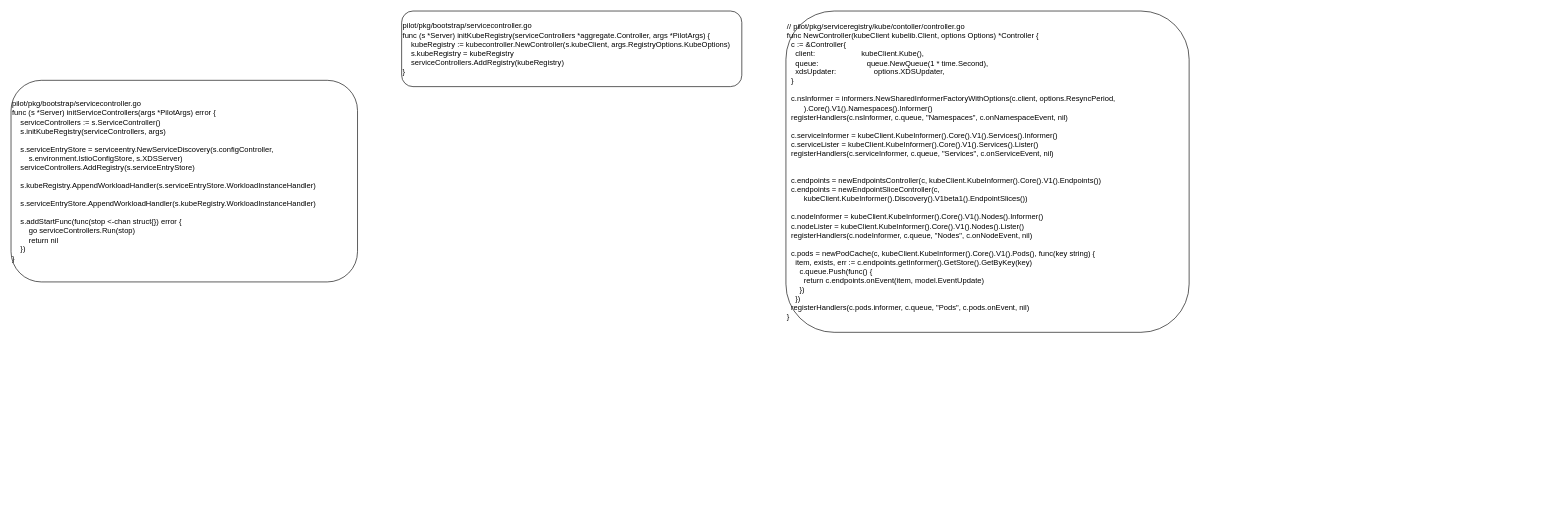
The draw.io diagram kubernetes/istio_pilot_service.drawio in bjqhfd/draw, before the edit. Source tidied: cells renumbered, new cells numbered last; positions are measured from the earlier drawing's top-left corner, leaving out a move shared by most shapes. Both pictures are drawn from the tidied source at 63%, with x=0, y=0 at pixel (11, 11).
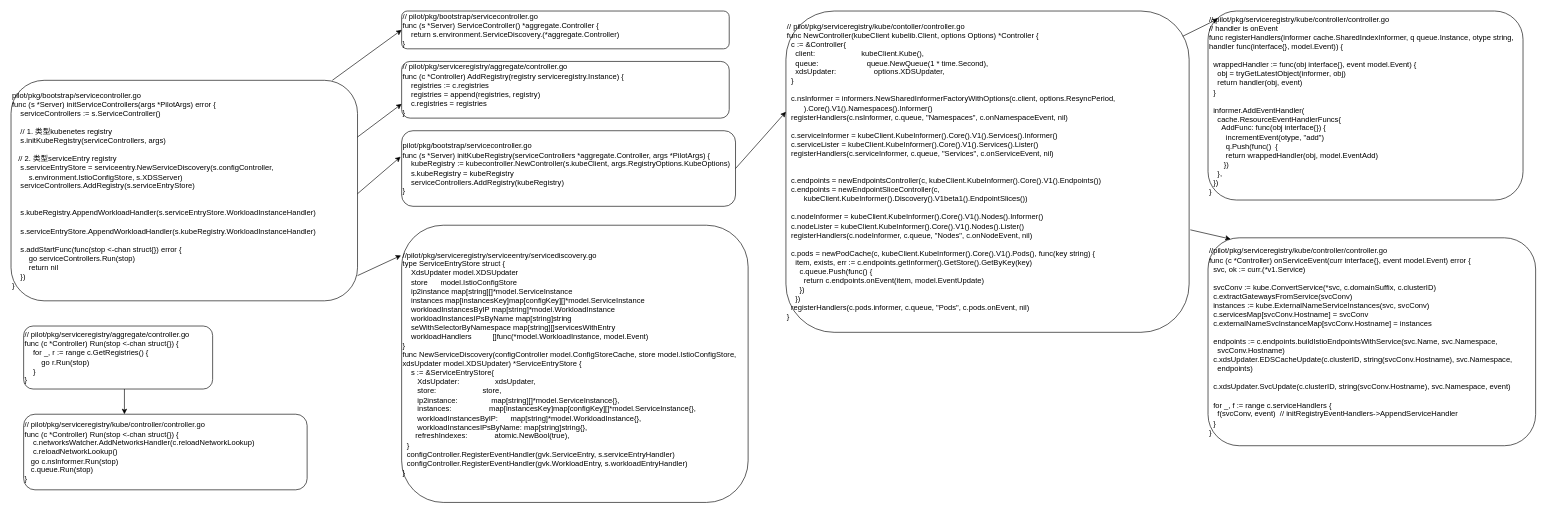
The same page after the edit.

The change refers to these unchanged cells:
```xml
<mxCell id="4" value="&lt;div&gt;// pilot/pkg/serviceregistry/kube/contoller/controller.go&lt;/div&gt;&lt;div&gt;func NewController(kubeClient kubelib.Client, options Options) *Controller {&lt;/div&gt;&lt;div&gt;&lt;span&gt;&lt;/span&gt;&amp;nbsp; c := &amp;amp;Controller{&lt;/div&gt;&lt;div&gt;&lt;span&gt;&lt;/span&gt;&amp;nbsp; &amp;nbsp; client:&amp;nbsp; &amp;nbsp; &amp;nbsp; &amp;nbsp; &amp;nbsp; &amp;nbsp; &amp;nbsp; &amp;nbsp; &amp;nbsp; &amp;nbsp; &amp;nbsp; kubeClient.Kube(),&lt;/div&gt;&lt;div&gt;&lt;span&gt;&lt;/span&gt;&amp;nbsp; &amp;nbsp; queue:&amp;nbsp; &amp;nbsp; &amp;nbsp; &amp;nbsp; &amp;nbsp; &amp;nbsp; &amp;nbsp; &amp;nbsp; &amp;nbsp; &amp;nbsp; &amp;nbsp; &amp;nbsp;queue.NewQueue(1 * time.Second),&lt;/div&gt;&lt;div&gt;&lt;span&gt;&lt;/span&gt;&amp;nbsp; &amp;nbsp; xdsUpdater:&amp;nbsp; &amp;nbsp; &amp;nbsp; &amp;nbsp; &amp;nbsp; &amp;nbsp; &amp;nbsp; &amp;nbsp; &amp;nbsp; options.XDSUpdater,&lt;/div&gt;&lt;div&gt;&lt;span&gt;&lt;/span&gt;&amp;nbsp; }&lt;/div&gt;&lt;div&gt;&lt;br&gt;&lt;/div&gt;&lt;div&gt;&lt;span&gt;&lt;/span&gt;&amp;nbsp; c.nsInformer = informers.NewSharedInformerFactoryWithOptions(c.client, options.ResyncPeriod,&lt;/div&gt;&lt;div&gt;&amp;nbsp; &amp;nbsp; &amp;nbsp; &amp;nbsp; ).Core().V1().Namespaces().Informer()&lt;/div&gt;&lt;div&gt;&lt;span&gt;&lt;/span&gt;&amp;nbsp; registerHandlers(c.nsInformer, c.queue, &quot;Namespaces&quot;, c.onNamespaceEvent, nil)&lt;/div&gt;&lt;div&gt;&lt;br&gt;&lt;/div&gt;&lt;div&gt;&lt;span&gt;&lt;/span&gt;&amp;nbsp; c.serviceInformer = kubeClient.KubeInformer().Core().V1().Services().Informer()&lt;/div&gt;&lt;div&gt;&lt;span&gt;&lt;/span&gt;&amp;nbsp; c.serviceLister = kubeClient.KubeInformer().Core().V1().Services().Lister()&lt;/div&gt;&lt;div&gt;&lt;span&gt;&lt;/span&gt;&amp;nbsp; registerHandlers(c.serviceInformer, c.queue, &quot;Services&quot;, c.onServiceEvent, nil)&lt;/div&gt;&lt;div&gt;&lt;br&gt;&lt;/div&gt;&lt;div&gt;&lt;br&gt;&lt;/div&gt;&lt;div&gt;&lt;span&gt;&lt;/span&gt;&amp;nbsp; c.endpoints = newEndpointsController(c, kubeClient.KubeInformer().Core().V1().Endpoints())&lt;/div&gt;&lt;div&gt;&lt;span&gt;&lt;/span&gt;&amp;nbsp; c.endpoints = newEndpointSliceController(c,&amp;nbsp;&lt;/div&gt;&lt;div&gt;&amp;nbsp; &amp;nbsp; &amp;nbsp; &amp;nbsp; kubeClient.KubeInformer().Discovery().V1beta1().EndpointSlices())&lt;/div&gt;&lt;div&gt;&lt;br&gt;&lt;/div&gt;&lt;div&gt;&lt;span&gt;&lt;/span&gt;&amp;nbsp; c.nodeInformer = kubeClient.KubeInformer().Core().V1().Nodes().Informer()&lt;/div&gt;&lt;div&gt;&lt;span&gt;&lt;/span&gt;&amp;nbsp; c.nodeLister = kubeClient.KubeInformer().Core().V1().Nodes().Lister()&lt;/div&gt;&lt;div&gt;&lt;span&gt;&lt;/span&gt;&amp;nbsp; registerHandlers(c.nodeInformer, c.queue, &quot;Nodes&quot;, c.onNodeEvent, nil)&lt;/div&gt;&lt;div&gt;&lt;br&gt;&lt;/div&gt;&lt;div&gt;&lt;span&gt;&lt;/span&gt;&amp;nbsp; c.pods = newPodCache(c, kubeClient.KubeInformer().Core().V1().Pods(), func(key string) {&lt;/div&gt;&lt;div&gt;&lt;span&gt;&lt;/span&gt;&amp;nbsp; &amp;nbsp; item, exists, err := c.endpoints.getInformer().GetStore().GetByKey(key)&lt;/div&gt;&lt;div&gt;&lt;span&gt;&lt;/span&gt;&amp;nbsp; &amp;nbsp; &amp;nbsp; c.queue.Push(func() {&lt;/div&gt;&lt;div&gt;&lt;span&gt;&lt;/span&gt;&amp;nbsp; &amp;nbsp; &amp;nbsp; &amp;nbsp; return c.endpoints.onEvent(item, model.EventUpdate)&lt;/div&gt;&lt;div&gt;&lt;span&gt;&lt;/span&gt;&amp;nbsp; &amp;nbsp; &amp;nbsp; })&lt;/div&gt;&lt;div&gt;&lt;span&gt;&lt;/span&gt;&amp;nbsp; &amp;nbsp; })&lt;/div&gt;&lt;div&gt;&lt;span&gt;&lt;/span&gt;&amp;nbsp; registerHandlers(c.pods.informer, c.queue, &quot;Pods&quot;, c.pods.onEvent, nil)&lt;/div&gt;&lt;div&gt;}&lt;/div&gt;" style="rounded=1;whiteSpace=wrap;html=1;align=left;" parent="1" vertex="1">
  <mxGeometry x="1230" width="640" height="510" as="geometry" />
</mxCell>
```

Diff of the diagram source:
```diff
@@
-    <mxCell id="2" value="&lt;div&gt;pilot/pkg/bootstrap/servicecontroller.go&lt;/div&gt;&lt;div&gt;func (s *Server) initServiceControllers(args *PilotArgs) error {&lt;/div&gt;&lt;div&gt;&lt;span&gt;&lt;/span&gt;&amp;nbsp; &amp;nbsp; serviceControllers := s.ServiceController()&lt;/div&gt;&lt;div&gt;&amp;nbsp; &amp;nbsp; s.initKubeRegistry(serviceControllers, args)&lt;/div&gt;&lt;div&gt;&lt;br&gt;&lt;/div&gt;&lt;div&gt;&lt;span&gt;&lt;/span&gt;&amp;nbsp; &amp;nbsp; s.serviceEntryStore = serviceentry.NewServiceDiscovery(s.configController,&amp;nbsp;&lt;/div&gt;&lt;div&gt;&lt;span&gt;&lt;/span&gt;&amp;nbsp; &amp;nbsp; &amp;nbsp; &amp;nbsp; s.environment.IstioConfigStore, s.XDSServer)&lt;/div&gt;&lt;div&gt;&lt;span&gt;&lt;/span&gt;&amp;nbsp; &amp;nbsp; serviceControllers.AddRegistry(s.serviceEntryStore)&lt;/div&gt;&lt;div&gt;&lt;br&gt;&lt;/div&gt;&lt;div&gt;&lt;span&gt;&lt;/span&gt;&amp;nbsp; &amp;nbsp; s.kubeRegistry.AppendWorkloadHandler(s.serviceEntryStore.WorkloadInstanceHandler)&lt;/div&gt;&lt;div&gt;&lt;br&gt;&lt;/div&gt;&lt;div&gt;&amp;nbsp; &amp;nbsp; s.serviceEntryStore.AppendWorkloadHandler(s.kubeRegistry.WorkloadInstanceHandler)&lt;/div&gt;&lt;div&gt;&lt;br&gt;&lt;/div&gt;&lt;div&gt;&lt;span&gt;&lt;/span&gt;&amp;nbsp; &amp;nbsp; s.addStartFunc(func(stop &amp;lt;-chan struct{}) error {&lt;/div&gt;&lt;div&gt;&lt;span&gt;&lt;/span&gt;&amp;nbsp; &amp;nbsp; &amp;nbsp; &amp;nbsp; go serviceControllers.Run(stop)&lt;/div&gt;&lt;div&gt;&lt;span&gt;&lt;/span&gt;&amp;nbsp; &amp;nbsp; &amp;nbsp; &amp;nbsp; return nil&lt;/div&gt;&lt;div&gt;&lt;span&gt;&lt;/span&gt;&amp;nbsp; &amp;nbsp; })&lt;/div&gt;&lt;div&gt;}&lt;/div&gt;" style="rounded=1;whiteSpace=wrap;html=1;align=left;" parent="1" vertex="1">
-      <mxGeometry y="110" width="550" height="320" as="geometry" />
+    <mxCell id="2" value="&lt;div&gt;pilot/pkg/bootstrap/servicecontroller.go&lt;/div&gt;&lt;div&gt;func (s *Server) initServiceControllers(args *PilotArgs) error {&lt;/div&gt;&lt;div&gt;&lt;span&gt;&lt;/span&gt;&amp;nbsp; &amp;nbsp; serviceControllers := s.ServiceController()&lt;/div&gt;&lt;div&gt;&lt;br&gt;&lt;/div&gt;&lt;div&gt;&amp;nbsp; &amp;nbsp; // 1. 类型kubenetes registry&lt;/div&gt;&lt;div&gt;&amp;nbsp; &amp;nbsp; s.initKubeRegistry(serviceControllers, args)&lt;/div&gt;&lt;div&gt;&amp;nbsp; &amp;nbsp;&amp;nbsp;&lt;/div&gt;&lt;div&gt;&amp;nbsp; &amp;nbsp;// 2. 类型serviceEntry registry&lt;/div&gt;&lt;div&gt;&lt;span&gt;&lt;/span&gt;&amp;nbsp; &amp;nbsp; s.serviceEntryStore = serviceentry.NewServiceDiscovery(s.configController,&amp;nbsp;&lt;/div&gt;&lt;div&gt;&lt;span&gt;&lt;/span&gt;&amp;nbsp; &amp;nbsp; &amp;nbsp; &amp;nbsp; s.environment.IstioConfigStore, s.XDSServer)&lt;/div&gt;&lt;div&gt;&lt;span&gt;&lt;/span&gt;&amp;nbsp; &amp;nbsp; serviceControllers.AddRegistry(s.serviceEntryStore)&lt;/div&gt;&lt;div&gt;&lt;br&gt;&lt;/div&gt;&lt;div&gt;&amp;nbsp; &amp;nbsp;&amp;nbsp;&lt;/div&gt;&lt;div&gt;&lt;span&gt;&lt;/span&gt;&amp;nbsp; &amp;nbsp; s.kubeRegistry.AppendWorkloadHandler(s.serviceEntryStore.WorkloadInstanceHandler)&lt;/div&gt;&lt;div&gt;&lt;br&gt;&lt;/div&gt;&lt;div&gt;&amp;nbsp; &amp;nbsp; s.serviceEntryStore.AppendWorkloadHandler(s.kubeRegistry.WorkloadInstanceHandler)&lt;/div&gt;&lt;div&gt;&lt;br&gt;&lt;/div&gt;&lt;div&gt;&lt;span&gt;&lt;/span&gt;&amp;nbsp; &amp;nbsp; s.addStartFunc(func(stop &amp;lt;-chan struct{}) error {&lt;/div&gt;&lt;div&gt;&lt;span&gt;&lt;/span&gt;&amp;nbsp; &amp;nbsp; &amp;nbsp; &amp;nbsp; go serviceControllers.Run(stop)&lt;/div&gt;&lt;div&gt;&lt;span&gt;&lt;/span&gt;&amp;nbsp; &amp;nbsp; &amp;nbsp; &amp;nbsp; return nil&lt;/div&gt;&lt;div&gt;&lt;span&gt;&lt;/span&gt;&amp;nbsp; &amp;nbsp; })&lt;/div&gt;&lt;div&gt;}&lt;/div&gt;" style="rounded=1;whiteSpace=wrap;html=1;align=left;" parent="1" vertex="1">
+      <mxGeometry y="110" width="550" height="350" as="geometry" />
     </mxCell>
     <mxCell id="3" value="&lt;div&gt;pilot/pkg/bootstrap/servicecontroller.go&lt;/div&gt;&lt;div&gt;func (s *Server) initKubeRegistry(serviceControllers *aggregate.Controller, args *PilotArgs) {&lt;/div&gt;&lt;div&gt;&lt;span&gt;&lt;/span&gt;&amp;nbsp; &amp;nbsp; kubeRegistry := kubecontroller.NewController(s.kubeClient, args.RegistryOptions.KubeOptions)&lt;/div&gt;&lt;div&gt;&lt;span&gt;&lt;/span&gt;&amp;nbsp; &amp;nbsp; s.kubeRegistry = kubeRegistry&lt;/div&gt;&lt;div&gt;&lt;span&gt;&lt;/span&gt;&amp;nbsp; &amp;nbsp; serviceControllers.AddRegistry(kubeRegistry)&lt;/div&gt;&lt;div&gt;}&lt;/div&gt;" style="rounded=1;whiteSpace=wrap;html=1;align=left;" parent="1" vertex="1">
-      <mxGeometry x="620" width="540" height="120" as="geometry" />
+      <mxGeometry x="620" y="190" width="530" height="120" as="geometry" />
     </mxCell>
@@
+    <mxCell id="5" value="&lt;div&gt;// pilot/pkg/serviceregistry/kube/controller/controller.go&lt;/div&gt;&lt;div&gt;// handler is onEvent&lt;/div&gt;&lt;div&gt;func registerHandlers(informer cache.SharedIndexInformer, q queue.Instance, otype string,&lt;/div&gt;&lt;div&gt;&lt;span&gt; &lt;/span&gt;handler func(interface{}, model.Event)) {&lt;/div&gt;&lt;div&gt;&lt;br&gt;&lt;/div&gt;&lt;div&gt;&lt;span&gt;&lt;/span&gt;&amp;nbsp; wrappedHandler := func(obj interface{}, event model.Event) {&lt;/div&gt;&lt;div&gt;&lt;span&gt;&lt;/span&gt;&amp;nbsp; &amp;nbsp; obj = tryGetLatestObject(informer, obj)&lt;/div&gt;&lt;div&gt;&lt;span&gt;&lt;/span&gt;&amp;nbsp; &amp;nbsp; return handler(obj, event)&lt;/div&gt;&lt;div&gt;&lt;span&gt;&lt;/span&gt;&amp;nbsp; }&lt;/div&gt;&lt;div&gt;&lt;br&gt;&lt;/div&gt;&lt;div&gt;&lt;span&gt;&lt;/span&gt;&amp;nbsp; informer.AddEventHandler(&lt;/div&gt;&lt;div&gt;&lt;span&gt;&lt;/span&gt;&amp;nbsp; &amp;nbsp; cache.ResourceEventHandlerFuncs{&lt;/div&gt;&lt;div&gt;&lt;span&gt;&lt;/span&gt;&amp;nbsp; &amp;nbsp; &amp;nbsp; AddFunc: func(obj interface{}) {&lt;/div&gt;&lt;div&gt;&lt;span&gt;&lt;/span&gt;&amp;nbsp; &amp;nbsp; &amp;nbsp; &amp;nbsp; incrementEvent(otype, &quot;add&quot;)&lt;/div&gt;&lt;div&gt;&lt;span&gt;&lt;/span&gt;&amp;nbsp; &amp;nbsp; &amp;nbsp; &amp;nbsp; q.Push(func()&amp;nbsp; {&lt;/div&gt;&lt;div&gt;&lt;span&gt;&lt;/span&gt;&amp;nbsp; &amp;nbsp; &amp;nbsp; &amp;nbsp; return wrappedHandler(obj, model.EventAdd)&lt;/div&gt;&lt;div&gt;&lt;span&gt;&lt;/span&gt;&amp;nbsp; &amp;nbsp; &amp;nbsp; &amp;nbsp;})&lt;/div&gt;&lt;div&gt;&lt;span&gt;&lt;/span&gt;&amp;nbsp; &amp;nbsp; },&lt;/div&gt;&lt;div&gt;&lt;span&gt;&lt;/span&gt;&amp;nbsp; })&lt;/div&gt;&lt;div&gt;}&lt;/div&gt;" style="rounded=1;whiteSpace=wrap;html=1;align=left;" parent="1" vertex="1">
+      <mxGeometry x="1900" width="500" height="300" as="geometry" />
+    </mxCell>
+    <mxCell id="6" value="&lt;div&gt;//pilot/pkg/serviceregistry/kube/controller/controller.go&lt;/div&gt;&lt;div&gt;func (c *Controller) onServiceEvent(curr interface{}, event model.Event) error {&lt;/div&gt;&lt;div&gt;&lt;span&gt;&lt;/span&gt;&amp;nbsp; svc, ok := curr.(*v1.Service)&lt;/div&gt;&lt;div&gt;&lt;br&gt;&lt;/div&gt;&lt;div&gt;&lt;span&gt;&lt;/span&gt;&amp;nbsp; svcConv := kube.ConvertService(*svc, c.domainSuffix, c.clusterID)&lt;/div&gt;&lt;div&gt;&lt;span&gt;&lt;/span&gt;&amp;nbsp; c.extractGatewaysFromService(svcConv)&lt;/div&gt;&lt;div&gt;&lt;span&gt;&lt;/span&gt;&amp;nbsp; instances := kube.ExternalNameServiceInstances(svc, svcConv)&lt;/div&gt;&lt;div&gt;&lt;span&gt;&lt;/span&gt;&amp;nbsp; c.servicesMap[svcConv.Hostname] = svcConv&lt;/div&gt;&lt;div&gt;&lt;span&gt;&lt;/span&gt;&amp;nbsp; c.externalNameSvcInstanceMap[svcConv.Hostname] = instances&lt;/div&gt;&lt;div&gt;&lt;br&gt;&lt;/div&gt;&lt;div&gt;&lt;span&gt;&lt;/span&gt;&amp;nbsp; endpoints := c.endpoints.buildIstioEndpointsWithService(svc.Name, svc.Namespace,&amp;nbsp; &amp;nbsp; &amp;nbsp;&lt;/div&gt;&lt;div&gt;&amp;nbsp; &amp;nbsp; svcConv.Hostname)&lt;/div&gt;&lt;div&gt;&lt;span&gt;&lt;/span&gt;&amp;nbsp; c.xdsUpdater.EDSCacheUpdate(c.clusterID, string(svcConv.Hostname), svc.Namespace,&amp;nbsp; &amp;nbsp;&amp;nbsp;&lt;/div&gt;&lt;div&gt;&amp;nbsp; &amp;nbsp; endpoints)&lt;/div&gt;&lt;div&gt;&lt;br&gt;&lt;/div&gt;&lt;div&gt;&lt;span&gt;&lt;/span&gt;&amp;nbsp; c.xdsUpdater.SvcUpdate(c.clusterID, string(svcConv.Hostname), svc.Namespace, event)&lt;/div&gt;&lt;div&gt;&lt;br&gt;&lt;/div&gt;&lt;div&gt;&lt;span&gt;&lt;/span&gt;&amp;nbsp; for _, f := range c.serviceHandlers {&lt;/div&gt;&lt;div&gt;&lt;span&gt;&lt;/span&gt;&amp;nbsp; &amp;nbsp; f(svcConv, event)&amp;nbsp; // initRegistryEventHandlers-&amp;gt;AppendServiceHandler&lt;/div&gt;&lt;div&gt;&lt;span&gt;&lt;/span&gt;&amp;nbsp; }&lt;/div&gt;&lt;div&gt;}&lt;/div&gt;" style="rounded=1;whiteSpace=wrap;html=1;align=left;" parent="1" vertex="1">
+      <mxGeometry x="1900" y="360" width="520" height="330" as="geometry" />
+    </mxCell>
+    <mxCell id="7" value="&lt;div&gt;// pilot/pkg/bootstrap/servicecontroller.go&lt;/div&gt;&lt;div&gt;func (s *Server) ServiceController() *aggregate.Controller {&lt;/div&gt;&lt;div&gt;&lt;span&gt;&lt;/span&gt;&amp;nbsp; &amp;nbsp; return s.environment.ServiceDiscovery.(*aggregate.Controller)&lt;/div&gt;&lt;div&gt;}&lt;/div&gt;" style="rounded=1;whiteSpace=wrap;html=1;align=left;" parent="1" vertex="1">
+      <mxGeometry x="620" width="520" height="60" as="geometry" />
+    </mxCell>
+    <mxCell id="8" value="&lt;div&gt;//pilot/pkg/serviceregistry/serviceentry/servicediscovery.go&lt;/div&gt;&lt;div&gt;type ServiceEntryStore struct {&lt;/div&gt;&lt;div&gt;&lt;span&gt;&lt;/span&gt;&amp;nbsp; &amp;nbsp; XdsUpdater model.XDSUpdater&lt;/div&gt;&lt;div&gt;&lt;span&gt;&lt;/span&gt;&amp;nbsp; &amp;nbsp; store&amp;nbsp; &amp;nbsp; &amp;nbsp; model.IstioConfigStore&lt;/div&gt;&lt;div&gt;&lt;span&gt;&lt;/span&gt;&amp;nbsp; &amp;nbsp; ip2instance map[string][]*model.ServiceInstance&lt;/div&gt;&lt;div&gt;&lt;span&gt;&lt;/span&gt;&amp;nbsp; &amp;nbsp; instances map[instancesKey]map[configKey][]*model.ServiceInstance&lt;/div&gt;&lt;div&gt;&lt;span&gt;&lt;/span&gt;&amp;nbsp; &amp;nbsp; workloadInstancesByIP map[string]*model.WorkloadInstance&lt;/div&gt;&lt;div&gt;&lt;span&gt;&lt;/span&gt;&amp;nbsp; &amp;nbsp; workloadInstancesIPsByName map[string]string&lt;/div&gt;&lt;div&gt;&lt;span&gt;&lt;/span&gt;&amp;nbsp; &amp;nbsp; seWithSelectorByNamespace map[string][]servicesWithEntry&lt;/div&gt;&lt;div&gt;&lt;span&gt;&lt;/span&gt;&amp;nbsp; &amp;nbsp; workloadHandlers&amp;nbsp; &amp;nbsp; &amp;nbsp; &amp;nbsp; &amp;nbsp; []func(*model.WorkloadInstance, model.Event)&lt;/div&gt;&lt;div&gt;}&lt;/div&gt;&lt;div&gt;func NewServiceDiscovery(configController model.ConfigStoreCache, store model.IstioConfigStore,&amp;nbsp;&lt;/div&gt;&lt;div&gt;xdsUpdater model.XDSUpdater) *ServiceEntryStore {&lt;/div&gt;&lt;div&gt;&lt;span&gt;&lt;/span&gt;&amp;nbsp; &amp;nbsp; s := &amp;amp;ServiceEntryStore{&lt;/div&gt;&lt;div&gt;&lt;span&gt;&lt;/span&gt;&amp;nbsp; &amp;nbsp; &amp;nbsp; &amp;nbsp;XdsUpdater:&amp;nbsp; &amp;nbsp; &amp;nbsp; &amp;nbsp; &amp;nbsp; &amp;nbsp; &amp;nbsp; &amp;nbsp; &amp;nbsp;xdsUpdater,&lt;/div&gt;&lt;div&gt;&lt;span&gt;&lt;/span&gt;&amp;nbsp; &amp;nbsp; &amp;nbsp; &amp;nbsp;store:&amp;nbsp; &amp;nbsp; &amp;nbsp; &amp;nbsp; &amp;nbsp; &amp;nbsp; &amp;nbsp; &amp;nbsp; &amp;nbsp; &amp;nbsp; &amp;nbsp; store,&lt;/div&gt;&lt;div&gt;&lt;span&gt;&lt;/span&gt;&amp;nbsp; &amp;nbsp; &amp;nbsp; &amp;nbsp;ip2instance:&amp;nbsp; &amp;nbsp; &amp;nbsp; &amp;nbsp; &amp;nbsp; &amp;nbsp; &amp;nbsp; &amp;nbsp; map[string][]*model.ServiceInstance{},&lt;/div&gt;&lt;div&gt;&lt;span&gt;&lt;/span&gt;&amp;nbsp; &amp;nbsp; &amp;nbsp; &amp;nbsp;instances:&amp;nbsp; &amp;nbsp; &amp;nbsp; &amp;nbsp; &amp;nbsp; &amp;nbsp; &amp;nbsp; &amp;nbsp; &amp;nbsp; map[instancesKey]map[configKey][]*model.ServiceInstance{},&lt;/div&gt;&lt;div&gt;&lt;span&gt;&lt;/span&gt;&amp;nbsp; &amp;nbsp; &amp;nbsp; &amp;nbsp;workloadInstancesByIP:&amp;nbsp; &amp;nbsp; &amp;nbsp; map[string]*model.WorkloadInstance{},&lt;/div&gt;&lt;div&gt;&lt;span&gt;&lt;/span&gt;&amp;nbsp; &amp;nbsp; &amp;nbsp; &amp;nbsp;workloadInstancesIPsByName: map[string]string{},&lt;/div&gt;&lt;div&gt;&lt;span&gt;&lt;/span&gt;&amp;nbsp; &amp;nbsp; &amp;nbsp; refreshIndexes:&amp;nbsp; &amp;nbsp; &amp;nbsp; &amp;nbsp; &amp;nbsp; &amp;nbsp; &amp;nbsp;atomic.NewBool(true),&lt;/div&gt;&lt;div&gt;&lt;span&gt;&lt;/span&gt;&amp;nbsp; }&lt;/div&gt;&lt;div&gt;&lt;span&gt;&lt;/span&gt;&amp;nbsp; configController.RegisterEventHandler(gvk.ServiceEntry, s.serviceEntryHandler)&lt;/div&gt;&lt;div&gt;&lt;span&gt;&lt;/span&gt;&amp;nbsp; configController.RegisterEventHandler(gvk.WorkloadEntry, s.workloadEntryHandler)&lt;/div&gt;&lt;div&gt;}&lt;/div&gt;" style="rounded=1;whiteSpace=wrap;html=1;align=left;" parent="1" vertex="1">
+      <mxGeometry x="620" y="340" width="550" height="440" as="geometry" />
+    </mxCell>
+    <mxCell id="9" value="&lt;div&gt;// pilot/pkg/serviceregistry/aggregate/controller.go&lt;/div&gt;&lt;div&gt;func (c *Controller) AddRegistry(registry serviceregistry.Instance) {&lt;/div&gt;&lt;div&gt;&lt;span&gt;&lt;/span&gt;&amp;nbsp; &amp;nbsp; registries := c.registries&lt;/div&gt;&lt;div&gt;&lt;span&gt;&lt;/span&gt;&amp;nbsp; &amp;nbsp; registries = append(registries, registry)&lt;/div&gt;&lt;div&gt;&lt;span&gt;&lt;/span&gt;&amp;nbsp; &amp;nbsp; c.registries = registries&lt;/div&gt;&lt;div&gt;}&lt;/div&gt;" style="rounded=1;whiteSpace=wrap;html=1;align=left;" parent="1" vertex="1">
+      <mxGeometry x="620" y="80" width="520" height="90" as="geometry" />
+    </mxCell>
+    <mxCell id="10" style="endArrow=classic;html=1;entryX=0;entryY=0.5;entryDx=0;entryDy=0;" parent="1" edge="1" target="7">
+      <mxGeometry relative="1" as="geometry">
+        <mxPoint x="510" y="110" as="sourcePoint" />
+      </mxGeometry>
+    </mxCell>
+    <mxCell id="11" style="endArrow=classic;html=1;entryX=0;entryY=0.75;entryDx=0;entryDy=0;" parent="1" edge="1" target="9">
+      <mxGeometry relative="1" as="geometry">
+        <mxPoint x="550" y="200" as="sourcePoint" />
+      </mxGeometry>
+    </mxCell>
+    <mxCell id="12" style="endArrow=classic;html=1;entryX=-0.003;entryY=0.344;entryDx=0;entryDy=0;entryPerimeter=0;" parent="1" edge="1" target="3">
+      <mxGeometry relative="1" as="geometry">
+        <mxPoint x="550" y="290" as="sourcePoint" />
+      </mxGeometry>
+    </mxCell>
+    <mxCell id="13" style="endArrow=classic;html=1;" parent="1" edge="1">
+      <mxGeometry relative="1" as="geometry">
+        <mxPoint x="550" y="420" as="sourcePoint" />
+        <mxPoint x="619" y="388" as="targetPoint" />
+      </mxGeometry>
+    </mxCell>
+    <mxCell id="14" style="endArrow=classic;html=1;" parent="1" edge="1">
+      <mxGeometry relative="1" as="geometry">
+        <mxPoint x="1150" y="250" as="sourcePoint" />
+        <mxPoint x="1230" y="160" as="targetPoint" />
+      </mxGeometry>
+    </mxCell>
+    <mxCell id="15" style="endArrow=classic;html=1;entryX=0.031;entryY=0.042;entryDx=0;entryDy=0;entryPerimeter=0;" parent="1" edge="1" target="5">
+      <mxGeometry relative="1" as="geometry">
+        <mxPoint x="1860" y="40" as="sourcePoint" />
+      </mxGeometry>
+    </mxCell>
+    <mxCell id="16" style="endArrow=classic;html=1;entryX=0.069;entryY=0.006;entryDx=0;entryDy=0;entryPerimeter=0;exitX=1.003;exitY=0.681;exitDx=0;exitDy=0;exitPerimeter=0;" parent="1" edge="1" source="4" target="6">
+      <mxGeometry relative="1" as="geometry" />
+    </mxCell>
+    <mxCell id="17" value="&lt;div&gt;// pilot/pkg/serviceregistry/aggregate/controller.go&lt;/div&gt;&lt;div&gt;func (c *Controller) Run(stop &amp;lt;-chan struct{}) {&lt;/div&gt;&lt;div&gt;&lt;span&gt;&lt;/span&gt;&amp;nbsp; &amp;nbsp; for _, r := range c.GetRegistries() {&lt;/div&gt;&lt;div&gt;&lt;span&gt;&lt;/span&gt;&amp;nbsp; &amp;nbsp; &amp;nbsp; &amp;nbsp; go r.Run(stop)&lt;/div&gt;&lt;div&gt;&lt;span&gt;&lt;/span&gt;&amp;nbsp; &amp;nbsp; }&lt;/div&gt;&lt;div&gt;}&lt;/div&gt;" style="rounded=1;whiteSpace=wrap;html=1;align=left;" parent="1" vertex="1">
+      <mxGeometry x="20" y="500" width="300" height="100" as="geometry" />
+    </mxCell>
+    <mxCell id="18" value="&lt;div&gt;// pilot/pkg/serviceregistry/kube/controller/controller.go&lt;/div&gt;&lt;div&gt;func (c *Controller) Run(stop &amp;lt;-chan struct{}) {&lt;/div&gt;&lt;div&gt;&lt;span&gt;&lt;/span&gt;&amp;nbsp; &amp;nbsp; c.networksWatcher.AddNetworksHandler(c.reloadNetworkLookup)&lt;/div&gt;&lt;div&gt;&lt;span&gt;&lt;/span&gt;&amp;nbsp; &amp;nbsp; c.reloadNetworkLookup()&lt;/div&gt;&lt;div&gt;&lt;span&gt;&lt;/span&gt;&amp;nbsp; &amp;nbsp;go c.nsInformer.Run(stop)&lt;/div&gt;&lt;div&gt;&lt;span&gt;&lt;/span&gt;&amp;nbsp; &amp;nbsp;c.queue.Run(stop)&lt;/div&gt;&lt;div&gt;}&lt;/div&gt;" style="rounded=1;whiteSpace=wrap;html=1;align=left;" parent="1" vertex="1">
+      <mxGeometry x="20" y="640" width="450" height="120" as="geometry" />
+    </mxCell>
+    <mxCell id="19" style="endArrow=classic;html=1;" parent="1" edge="1">
+      <mxGeometry relative="1" as="geometry">
+        <mxPoint x="180" y="600" as="sourcePoint" />
+        <mxPoint x="180" y="640" as="targetPoint" />
+      </mxGeometry>
+    </mxCell>
```
